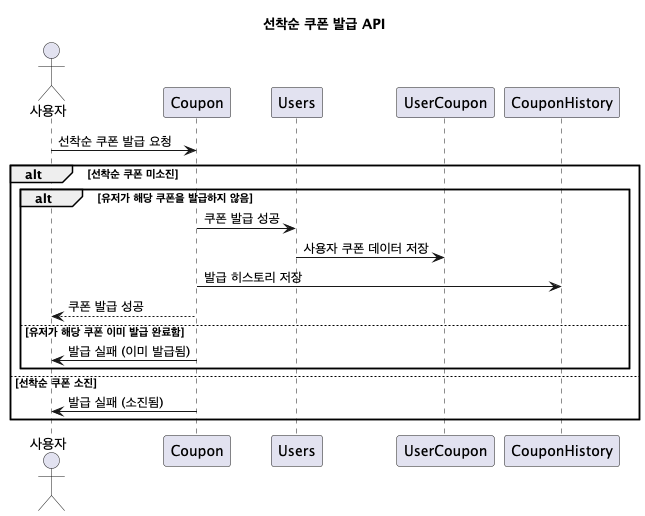
Earlier version of the PlantUML export assets/images/diagram/sequence/issue_coupon.png (leejisuu/hhplus-ecommerce-serivce). Its diagram source:
```plantuml
@startuml
title 선착순 쿠폰 발급 API
actor "사용자" as User

participant "Coupon" as Coupon
participant "Users" as Users
participant "UserCoupon" as UserCoupon
participant "CouponHistory" as CouponHistory

User -> Coupon : 선착순 쿠폰 발급 요청

alt 선착순 쿠폰 미소진
    alt 유저가 해당 쿠폰을 발급하지 않음
        Coupon -> Users : 쿠폰 발급 성공
        Users -> UserCoupon : 사용자 쿠폰 데이터 저장
        Coupon -> CouponHistory : 발급 히스토리 저장
        Coupon --> User : 쿠폰 발급 성공
    else 유저가 해당 쿠폰 이미 발급 완료함
        Coupon -> User : 발급 실패 (이미 발급됨)
    end
else 선착순 쿠폰 소진
    Coupon -> User : 발급 실패 (소진됨)
end
@enduml
```
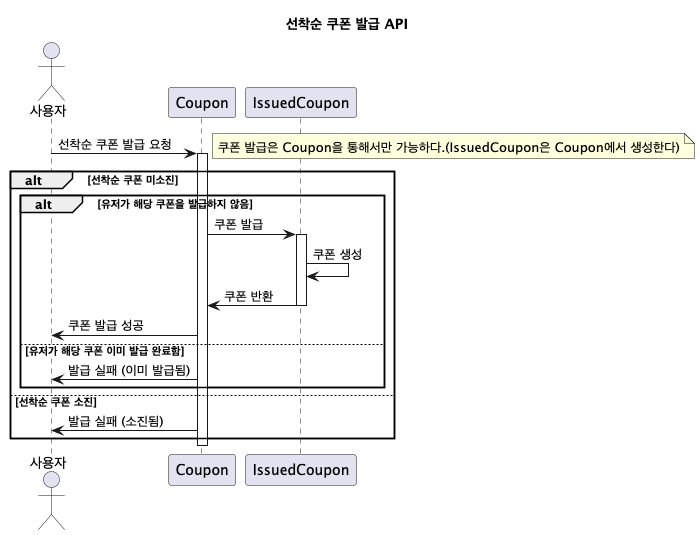
The same file after the commit.

Change to the diagram source:
```diff
@@ -1,24 +1,27 @@
 @startuml
 title 선착순 쿠폰 발급 API
 actor "사용자" as User
-
 participant "Coupon" as Coupon
-participant "Users" as Users
-participant "UserCoupon" as UserCoupon
-participant "CouponHistory" as CouponHistory
+participant "IssuedCoupon" as IssuedCoupon
 
 User -> Coupon : 선착순 쿠폰 발급 요청
+note right: 쿠폰 발급은 Coupon을 통해서만 가능하다.(IssuedCoupon은 Coupon에서 생성한다)
+activate Coupon
 
 alt 선착순 쿠폰 미소진
     alt 유저가 해당 쿠폰을 발급하지 않음
-        Coupon -> Users : 쿠폰 발급 성공
-        Users -> UserCoupon : 사용자 쿠폰 데이터 저장
-        Coupon -> CouponHistory : 발급 히스토리 저장
-        Coupon --> User : 쿠폰 발급 성공
+        Coupon -> IssuedCoupon : 쿠폰 발급
+        activate IssuedCoupon
+        IssuedCoupon -> IssuedCoupon : 쿠폰 생성
+        IssuedCoupon -> Coupon : 쿠폰 반환
+        deactivate IssuedCoupon
+        Coupon -> User : 쿠폰 발급 성공
     else 유저가 해당 쿠폰 이미 발급 완료함
-        Coupon -> User : 발급 실패 (이미 발급됨)
+     Coupon -> User : 발급 실패 (이미 발급됨)
     end
 else 선착순 쿠폰 소진
     Coupon -> User : 발급 실패 (소진됨)
 end
+
+deactivate Coupon
 @enduml
```
